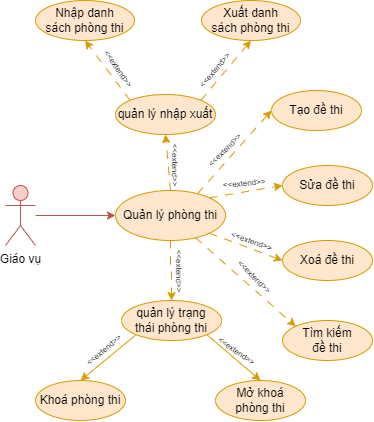
Above: document/temp/draw/usecase_phanra/usecase_quanlyphongthi.drawio.png in copecute/Edudex-Quiz (draw.io), before the change. Source tidied: cells renumbered, new cells last; positions are measured from the earlier drawing's top-left corner, leaving out a move shared by most shapes. Source of this version:
```xml
<mxGraphModel>
  <root>
    <mxCell id="0" />
    <mxCell id="1" parent="0" />
    <mxCell id="2" value="&lt;font style=&quot;font-size: 8px;&quot;&gt;&amp;lt;&amp;lt;extend&amp;gt;&amp;gt;&lt;/font&gt;" style="text;html=1;strokeColor=none;fillColor=none;align=center;verticalAlign=middle;whiteSpace=wrap;rounded=0;rotation=90;" parent="1" vertex="1">
      <mxGeometry x="141" y="150" width="60" height="30" as="geometry" />
    </mxCell>
    <mxCell id="3" style="rounded=0;jettySize=auto;html=1;entryX=0;entryY=0.5;entryDx=0;entryDy=0;fillColor=#f8cecc;strokeColor=#b85450;" parent="1" edge="1" source="4" target="8">
      <mxGeometry relative="1" as="geometry" />
    </mxCell>
    <mxCell id="4" value="Giáo vụ" style="shape=umlActor;verticalLabelPosition=bottom;verticalAlign=top;html=1;outlineConnect=0;fillColor=#f8cecc;strokeColor=#b85450;" parent="1" vertex="1">
      <mxGeometry y="185" width="30" height="60" as="geometry" />
    </mxCell>
    <mxCell id="5" style="rounded=0;jettySize=auto;html=1;entryX=0;entryY=0;entryDx=0;entryDy=0;fillColor=#ffe6cc;strokeColor=#d79b00;dashed=1;dashPattern=8 8;" parent="1" edge="1" source="8" target="15">
      <mxGeometry relative="1" as="geometry" />
    </mxCell>
    <mxCell id="6" style="edgeStyle=orthogonalEdgeStyle;rounded=0;jettySize=auto;html=1;entryX=0.5;entryY=0;entryDx=0;entryDy=0;fillColor=#ffe6cc;strokeColor=#d79b00;dashed=1;dashPattern=8 8;" parent="1" edge="1" source="8" target="22">
      <mxGeometry relative="1" as="geometry" />
    </mxCell>
    <mxCell id="7" style="rounded=0;jettySize=auto;html=1;exitX=0.5;exitY=0;exitDx=0;exitDy=0;entryX=0.5;entryY=1;entryDx=0;entryDy=0;fillColor=#ffe6cc;strokeColor=#d79b00;dashed=1;dashPattern=8 8;" parent="1" edge="1" source="8" target="30">
      <mxGeometry relative="1" as="geometry" />
    </mxCell>
    <mxCell id="8" value="Quản lý phòng thi" style="ellipse;whiteSpace=wrap;html=1;fillColor=#ffe6cc;strokeColor=#d79b00;" parent="1" vertex="1">
      <mxGeometry x="110" y="190" width="110" height="50" as="geometry" />
    </mxCell>
    <mxCell id="9" style="rounded=0;jettySize=auto;html=1;entryX=0;entryY=0.5;entryDx=0;entryDy=0;fillColor=#ffe6cc;strokeColor=#d79b00;exitX=0.747;exitY=0.061;exitDx=0;exitDy=0;exitPerimeter=0;dashed=1;dashPattern=8 8;" parent="1" edge="1" source="8" target="12">
      <mxGeometry relative="1" as="geometry" />
    </mxCell>
    <mxCell id="10" style="rounded=0;jettySize=auto;html=1;entryX=0;entryY=0.5;entryDx=0;entryDy=0;fillColor=#ffe6cc;strokeColor=#d79b00;exitX=1;exitY=0;exitDx=0;exitDy=0;dashed=1;dashPattern=8 8;" parent="1" edge="1" source="8" target="13">
      <mxGeometry relative="1" as="geometry" />
    </mxCell>
    <mxCell id="11" style="rounded=0;jettySize=auto;html=1;exitX=1;exitY=1;exitDx=0;exitDy=0;entryX=0;entryY=0.5;entryDx=0;entryDy=0;fillColor=#ffe6cc;strokeColor=#d79b00;dashed=1;dashPattern=8 8;" parent="1" edge="1" source="8" target="14">
      <mxGeometry relative="1" as="geometry" />
    </mxCell>
    <mxCell id="12" value="Tạo đề thi" style="ellipse;whiteSpace=wrap;html=1;fillColor=#ffe6cc;strokeColor=#d79b00;" parent="1" vertex="1">
      <mxGeometry x="266" y="90" width="90" height="40" as="geometry" />
    </mxCell>
    <mxCell id="13" value="Sửa đề thi" style="ellipse;whiteSpace=wrap;html=1;fillColor=#ffe6cc;strokeColor=#d79b00;" parent="1" vertex="1">
      <mxGeometry x="277" y="165" width="90" height="40" as="geometry" />
    </mxCell>
    <mxCell id="14" value="Xoá đề thi" style="ellipse;whiteSpace=wrap;html=1;fillColor=#ffe6cc;strokeColor=#d79b00;" parent="1" vertex="1">
      <mxGeometry x="277" y="240" width="90" height="40" as="geometry" />
    </mxCell>
    <mxCell id="15" value="Tìm kiếm&lt;br&gt;đề thi" style="ellipse;whiteSpace=wrap;html=1;fillColor=#ffe6cc;strokeColor=#d79b00;" parent="1" vertex="1">
      <mxGeometry x="277" y="320" width="90" height="40" as="geometry" />
    </mxCell>
    <mxCell id="16" value="&lt;font style=&quot;font-size: 8px;&quot;&gt;&amp;lt;&amp;lt;extend&amp;gt;&amp;gt;&lt;/font&gt;" style="text;html=1;strokeColor=none;fillColor=none;align=center;verticalAlign=middle;whiteSpace=wrap;rounded=0;rotation=-45;" parent="1" vertex="1">
      <mxGeometry x="189" y="134" width="60" height="30" as="geometry" />
    </mxCell>
    <mxCell id="17" value="&lt;font style=&quot;font-size: 8px;&quot;&gt;&amp;lt;&amp;lt;extend&amp;gt;&amp;gt;&lt;/font&gt;" style="text;html=1;strokeColor=none;fillColor=none;align=center;verticalAlign=middle;whiteSpace=wrap;rounded=0;rotation=-5;" parent="1" vertex="1">
      <mxGeometry x="209" y="167" width="60" height="30" as="geometry" />
    </mxCell>
    <mxCell id="18" value="&lt;font style=&quot;font-size: 8px;&quot;&gt;&amp;lt;&amp;lt;extend&amp;gt;&amp;gt;&lt;/font&gt;" style="text;html=1;strokeColor=none;fillColor=none;align=center;verticalAlign=middle;whiteSpace=wrap;rounded=0;rotation=20;" parent="1" vertex="1">
      <mxGeometry x="217" y="225" width="60" height="30" as="geometry" />
    </mxCell>
    <mxCell id="19" value="&lt;font style=&quot;font-size: 8px;&quot;&gt;&amp;lt;&amp;lt;extend&amp;gt;&amp;gt;&lt;/font&gt;" style="text;html=1;strokeColor=none;fillColor=none;align=center;verticalAlign=middle;whiteSpace=wrap;rounded=0;rotation=45;" parent="1" vertex="1">
      <mxGeometry x="220" y="261" width="60" height="30" as="geometry" />
    </mxCell>
    <mxCell id="20" style="rounded=0;jettySize=auto;html=1;exitX=0;exitY=1;exitDx=0;exitDy=0;entryX=0.5;entryY=0;entryDx=0;entryDy=0;fillColor=#ffe6cc;strokeColor=#d79b00;" parent="1" edge="1" source="22" target="24">
      <mxGeometry relative="1" as="geometry" />
    </mxCell>
    <mxCell id="21" style="rounded=0;jettySize=auto;html=1;exitX=1;exitY=1;exitDx=0;exitDy=0;entryX=0.5;entryY=0;entryDx=0;entryDy=0;fillColor=#ffe6cc;strokeColor=#d79b00;" parent="1" edge="1" source="22" target="25">
      <mxGeometry relative="1" as="geometry" />
    </mxCell>
    <mxCell id="22" value="quản lý trạng&lt;br&gt;thái phòng&amp;nbsp;thi" style="ellipse;whiteSpace=wrap;html=1;fillColor=#ffe6cc;strokeColor=#d79b00;" parent="1" vertex="1">
      <mxGeometry x="116" y="300" width="100" height="40" as="geometry" />
    </mxCell>
    <mxCell id="23" value="&lt;font style=&quot;font-size: 8px;&quot;&gt;&amp;lt;&amp;lt;extend&amp;gt;&amp;gt;&lt;/font&gt;" style="text;html=1;strokeColor=none;fillColor=none;align=center;verticalAlign=middle;whiteSpace=wrap;rounded=0;rotation=90;" parent="1" vertex="1">
      <mxGeometry x="145" y="256" width="60" height="30" as="geometry" />
    </mxCell>
    <mxCell id="24" value="Khoá phòng&amp;nbsp;thi" style="ellipse;whiteSpace=wrap;html=1;fillColor=#ffe6cc;strokeColor=#d79b00;" parent="1" vertex="1">
      <mxGeometry x="30" y="380" width="90" height="40" as="geometry" />
    </mxCell>
    <mxCell id="25" value="Mở khoá phòng&amp;nbsp;thi" style="ellipse;whiteSpace=wrap;html=1;fillColor=#ffe6cc;strokeColor=#d79b00;" parent="1" vertex="1">
      <mxGeometry x="210" y="380" width="90" height="40" as="geometry" />
    </mxCell>
    <mxCell id="26" value="&lt;font style=&quot;font-size: 8px;&quot;&gt;&amp;lt;&amp;lt;extend&amp;gt;&amp;gt;&lt;/font&gt;" style="text;html=1;strokeColor=none;fillColor=none;align=center;verticalAlign=middle;whiteSpace=wrap;rounded=0;rotation=-40;" parent="1" vertex="1">
      <mxGeometry x="68" y="334" width="60" height="30" as="geometry" />
    </mxCell>
    <mxCell id="27" value="&lt;font style=&quot;font-size: 8px;&quot;&gt;&amp;lt;&amp;lt;extend&amp;gt;&amp;gt;&lt;/font&gt;" style="text;html=1;strokeColor=none;fillColor=none;align=center;verticalAlign=middle;whiteSpace=wrap;rounded=0;rotation=35;" parent="1" vertex="1">
      <mxGeometry x="202" y="335" width="60" height="30" as="geometry" />
    </mxCell>
    <mxCell id="28" style="rounded=0;jettySize=auto;html=1;exitX=0;exitY=0;exitDx=0;exitDy=0;entryX=0.5;entryY=1;entryDx=0;entryDy=0;dashed=1;dashPattern=8 8;fillColor=#ffe6cc;strokeColor=#d79b00;" parent="1" edge="1" source="30" target="32">
      <mxGeometry relative="1" as="geometry" />
    </mxCell>
    <mxCell id="29" style="rounded=0;jettySize=auto;html=1;exitX=1;exitY=0;exitDx=0;exitDy=0;entryX=0.5;entryY=1;entryDx=0;entryDy=0;dashed=1;dashPattern=8 8;fillColor=#ffe6cc;strokeColor=#d79b00;" parent="1" edge="1" source="30" target="31">
      <mxGeometry relative="1" as="geometry" />
    </mxCell>
    <mxCell id="30" value="quản lý nhập xuất" style="ellipse;whiteSpace=wrap;html=1;fillColor=#ffe6cc;strokeColor=#d79b00;" parent="1" vertex="1">
      <mxGeometry x="110" y="94" width="100" height="40" as="geometry" />
    </mxCell>
    <mxCell id="31" value="Xuất danh&lt;br&gt;sách phòng thi" style="ellipse;whiteSpace=wrap;html=1;fillColor=#ffe6cc;strokeColor=#d79b00;" parent="1" vertex="1">
      <mxGeometry x="196" width="99" height="40" as="geometry" />
    </mxCell>
    <mxCell id="32" value="Nhập danh&lt;br&gt;sách&amp;nbsp;phòng thi" style="ellipse;whiteSpace=wrap;html=1;fillColor=#ffe6cc;strokeColor=#d79b00;" parent="1" vertex="1">
      <mxGeometry x="30" width="99" height="40" as="geometry" />
    </mxCell>
    <mxCell id="33" value="&lt;font style=&quot;font-size: 8px;&quot;&gt;&amp;lt;&amp;lt;extend&amp;gt;&amp;gt;&lt;/font&gt;" style="text;html=1;strokeColor=none;fillColor=none;align=center;verticalAlign=middle;whiteSpace=wrap;rounded=0;rotation=55;" parent="1" vertex="1">
      <mxGeometry x="84" y="53" width="60" height="30" as="geometry" />
    </mxCell>
    <mxCell id="34" value="&lt;font style=&quot;font-size: 8px;&quot;&gt;&amp;lt;&amp;lt;extend&amp;gt;&amp;gt;&lt;/font&gt;" style="text;html=1;strokeColor=none;fillColor=none;align=center;verticalAlign=middle;whiteSpace=wrap;rounded=0;rotation=-50;" parent="1" vertex="1">
      <mxGeometry x="179" y="54" width="60" height="30" as="geometry" />
    </mxCell>
  </root>
</mxGraphModel>
```
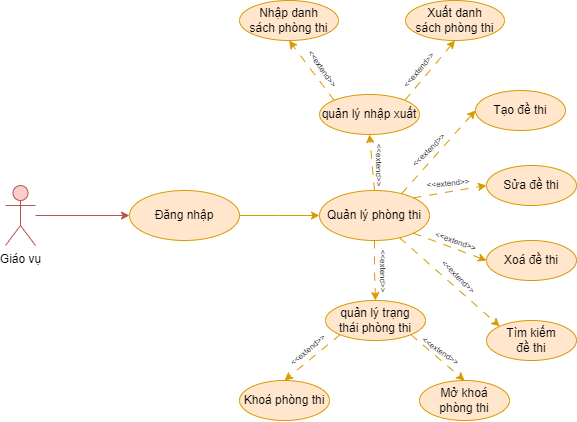
Above is the later version.

Diff of the diagram source:
```diff
@@ -5,12 +5,6 @@
     <mxCell id="2" value="&lt;font style=&quot;font-size: 8px;&quot;&gt;&amp;lt;&amp;lt;extend&amp;gt;&amp;gt;&lt;/font&gt;" style="text;html=1;strokeColor=none;fillColor=none;align=center;verticalAlign=middle;whiteSpace=wrap;rounded=0;rotation=90;" parent="1" vertex="1">
       <mxGeometry x="141" y="150" width="60" height="30" as="geometry" />
     </mxCell>
-    <mxCell id="3" style="rounded=0;jettySize=auto;html=1;entryX=0;entryY=0.5;entryDx=0;entryDy=0;fillColor=#f8cecc;strokeColor=#b85450;" parent="1" edge="1" source="4" target="8">
-      <mxGeometry relative="1" as="geometry" />
-    </mxCell>
-    <mxCell id="4" value="Giáo vụ" style="shape=umlActor;verticalLabelPosition=bottom;verticalAlign=top;html=1;outlineConnect=0;fillColor=#f8cecc;strokeColor=#b85450;" parent="1" vertex="1">
-      <mxGeometry y="185" width="30" height="60" as="geometry" />
-    </mxCell>
     <mxCell id="5" style="rounded=0;jettySize=auto;html=1;entryX=0;entryY=0;entryDx=0;entryDy=0;fillColor=#ffe6cc;strokeColor=#d79b00;dashed=1;dashPattern=8 8;" parent="1" edge="1" source="8" target="15">
       <mxGeometry relative="1" as="geometry" />
     </mxCell>
@@ -56,10 +50,10 @@
     <mxCell id="19" value="&lt;font style=&quot;font-size: 8px;&quot;&gt;&amp;lt;&amp;lt;extend&amp;gt;&amp;gt;&lt;/font&gt;" style="text;html=1;strokeColor=none;fillColor=none;align=center;verticalAlign=middle;whiteSpace=wrap;rounded=0;rotation=45;" parent="1" vertex="1">
       <mxGeometry x="220" y="261" width="60" height="30" as="geometry" />
     </mxCell>
-    <mxCell id="20" style="rounded=0;jettySize=auto;html=1;exitX=0;exitY=1;exitDx=0;exitDy=0;entryX=0.5;entryY=0;entryDx=0;entryDy=0;fillColor=#ffe6cc;strokeColor=#d79b00;" parent="1" edge="1" source="22" target="24">
+    <mxCell id="20" style="rounded=0;jettySize=auto;html=1;exitX=0;exitY=1;exitDx=0;exitDy=0;entryX=0.5;entryY=0;entryDx=0;entryDy=0;fillColor=#ffe6cc;strokeColor=#d79b00;dashed=1;dashPattern=8 8;" parent="1" edge="1" source="22" target="24">
       <mxGeometry relative="1" as="geometry" />
     </mxCell>
-    <mxCell id="21" style="rounded=0;jettySize=auto;html=1;exitX=1;exitY=1;exitDx=0;exitDy=0;entryX=0.5;entryY=0;entryDx=0;entryDy=0;fillColor=#ffe6cc;strokeColor=#d79b00;" parent="1" edge="1" source="22" target="25">
+    <mxCell id="21" style="rounded=0;jettySize=auto;html=1;exitX=1;exitY=1;exitDx=0;exitDy=0;entryX=0.5;entryY=0;entryDx=0;entryDy=0;fillColor=#ffe6cc;strokeColor=#d79b00;dashed=1;dashPattern=8 8;" parent="1" edge="1" source="22" target="25">
       <mxGeometry relative="1" as="geometry" />
     </mxCell>
     <mxCell id="22" value="quản lý trạng&lt;br&gt;thái phòng&amp;nbsp;thi" style="ellipse;whiteSpace=wrap;html=1;fillColor=#ffe6cc;strokeColor=#d79b00;" parent="1" vertex="1">
@@ -101,5 +95,19 @@
     <mxCell id="34" value="&lt;font style=&quot;font-size: 8px;&quot;&gt;&amp;lt;&amp;lt;extend&amp;gt;&amp;gt;&lt;/font&gt;" style="text;html=1;strokeColor=none;fillColor=none;align=center;verticalAlign=middle;whiteSpace=wrap;rounded=0;rotation=-50;" parent="1" vertex="1">
       <mxGeometry x="179" y="54" width="60" height="30" as="geometry" />
     </mxCell>
+    <mxCell id="35" style="rounded=0;jettySize=auto;html=1;entryX=0;entryY=0.5;entryDx=0;entryDy=0;fillColor=#f8cecc;strokeColor=#b85450;" parent="1" edge="1" source="4" target="37">
+      <mxGeometry relative="1" as="geometry" />
+    </mxCell>
+    <mxCell id="4" value="Giáo vụ" style="shape=umlActor;verticalLabelPosition=bottom;verticalAlign=top;html=1;outlineConnect=0;fillColor=#f8cecc;strokeColor=#b85450;" parent="1" vertex="1">
+      <mxGeometry x="-204" y="185" width="30" height="60" as="geometry" />
+    </mxCell>
+    <mxCell id="36" style="edgeStyle=orthogonalEdgeStyle;rounded=0;jettySize=auto;html=1;entryX=0;entryY=0.5;entryDx=0;entryDy=0;fillColor=#ffe6cc;strokeColor=#d79b00;" parent="1" edge="1" source="37">
+      <mxGeometry relative="1" as="geometry">
+        <mxPoint x="110" y="215" as="targetPoint" />
+      </mxGeometry>
+    </mxCell>
+    <mxCell id="37" value="Đăng nhập" style="ellipse;whiteSpace=wrap;html=1;fillColor=#ffe6cc;strokeColor=#d79b00;" parent="1" vertex="1">
+      <mxGeometry x="-80" y="190" width="110" height="50" as="geometry" />
+    </mxCell>
   </root>
 </mxGraphModel>
```
